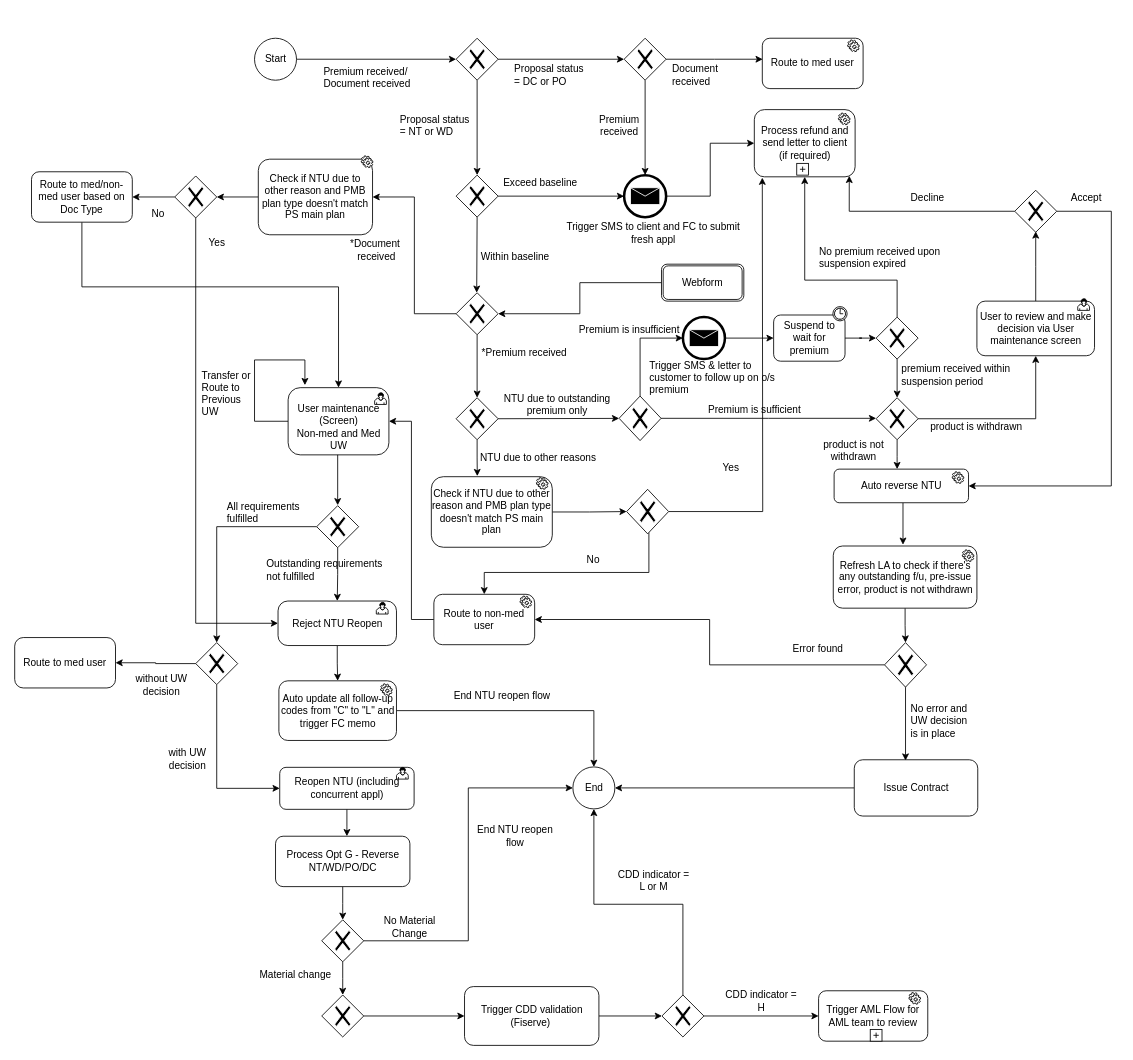
Jefferzonlee/WorkFlow-BPR keeps this draw.io diagram as page "NTU Reopen" (9 of 11) of HS.drawio. Above is the earlier version. Source tidied: cells renumbered, new cells numbered last; positions are measured from the earlier drawing's top-left corner, leaving out a move shared by most shapes. Both pictures are drawn from the tidied source at 84%, with x=0, y=0 at pixel (14, 38).
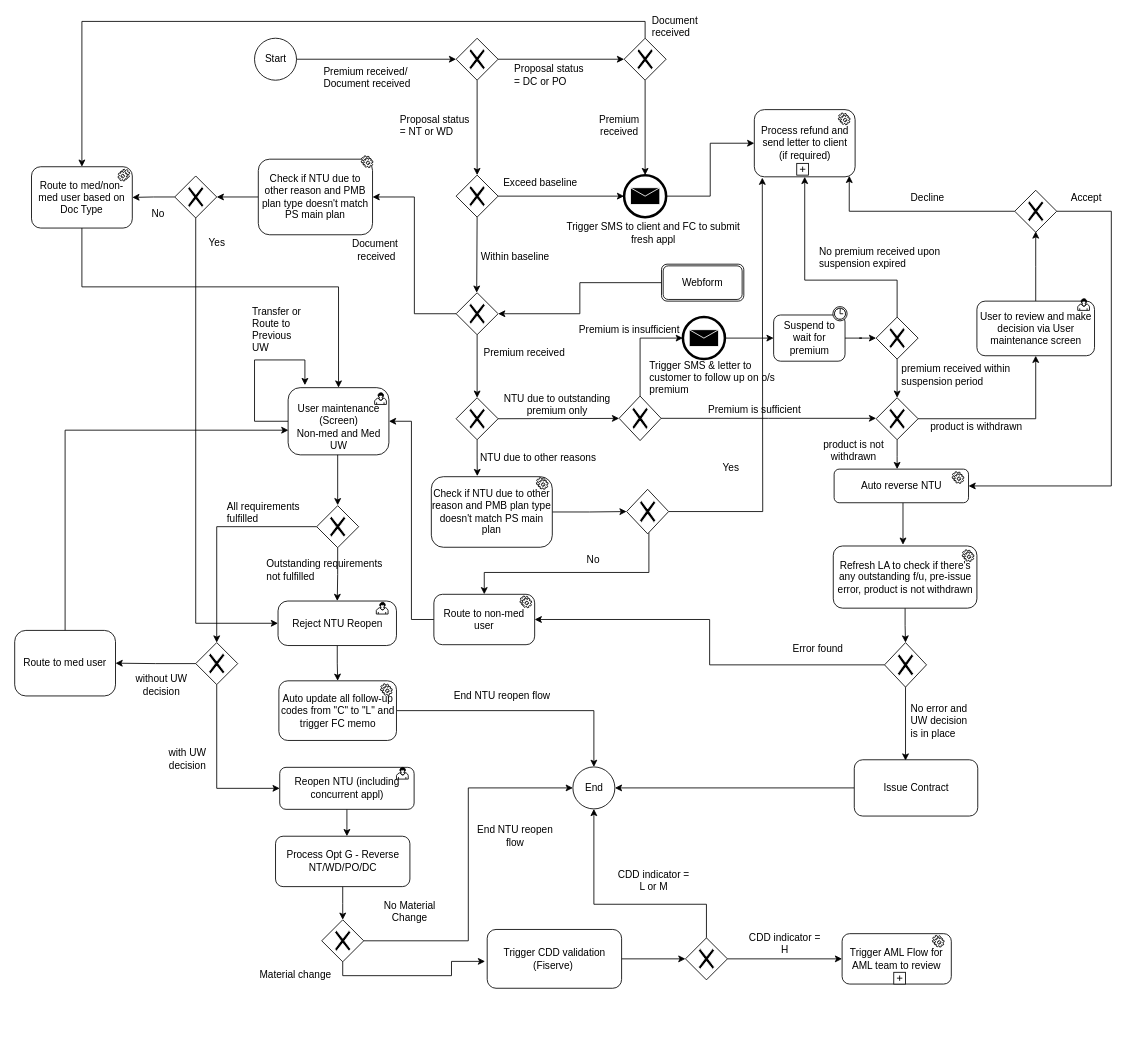
The same page after the edit.

Unchanged cells that the change refers to:
```xml
<mxCell id="46" value="&lt;br&gt;&amp;nbsp;User maintenance&amp;nbsp; (Screen)&lt;br&gt;Non-med and Med UW&lt;br&gt;" style="html=1;whiteSpace=wrap;rounded=1;arcSize=18;" parent="1" vertex="1">
  <mxGeometry x="325.5" y="416" width="120" height="80" as="geometry" />
</mxCell>
<mxCell id="67" value="End" style="ellipse;whiteSpace=wrap;html=1;" parent="1" vertex="1">
  <mxGeometry x="664.5" y="867.5" width="50" height="50" as="geometry" />
</mxCell>
<mxCell id="95" style="shape=mxgraph.bpmn.shape;html=1;verticalLabelPosition=bottom;labelBackgroundColor=#ffffff;verticalAlign=top;align=center;perimeter=rhombusPerimeter;background=gateway;outlineConnect=0;outline=none;symbol=exclusiveGw;" parent="1" vertex="1">
  <mxGeometry x="725.5" width="50" height="50" as="geometry" />
</mxCell>
<mxCell id="122" style="shape=mxgraph.bpmn.shape;html=1;verticalLabelPosition=bottom;labelBackgroundColor=#ffffff;verticalAlign=top;align=center;perimeter=rhombusPerimeter;background=gateway;outlineConnect=0;outline=none;symbol=exclusiveGw;" parent="1" vertex="1">
  <mxGeometry x="365.5" y="1049.5" width="50" height="50" as="geometry" />
</mxCell>
```

What changed in the source:
```diff
@@
     <mxCell id="2" value="Trigger AML Flow for AML team to review" style="rounded=1;whiteSpace=wrap;html=1;" parent="1" vertex="1">
-      <mxGeometry x="957" y="1134" width="130" height="60" as="geometry" />
+      <mxGeometry x="985" y="1066" width="130" height="60" as="geometry" />
     </mxCell>
@@
-    <mxCell id="19" value="*Document&amp;nbsp;&lt;br&gt;received" style="text;html=1;strokeColor=none;fillColor=none;align=center;verticalAlign=middle;whiteSpace=wrap;rounded=0;" parent="1" vertex="1">
+    <mxCell id="19" value="Document&amp;nbsp;&lt;br&gt;received" style="text;html=1;strokeColor=none;fillColor=none;align=center;verticalAlign=middle;whiteSpace=wrap;rounded=0;" parent="1" vertex="1">
       <mxGeometry x="380.5" y="242" width="100" height="20" as="geometry" />
     </mxCell>
-    <mxCell id="20" value="*Premium received" style="text;html=1;strokeColor=none;fillColor=none;align=center;verticalAlign=middle;whiteSpace=wrap;rounded=0;" parent="1" vertex="1">
+    <mxCell id="20" value="Premium received" style="text;html=1;strokeColor=none;fillColor=none;align=center;verticalAlign=middle;whiteSpace=wrap;rounded=0;" parent="1" vertex="1">
       <mxGeometry x="526.5" y="365" width="160" height="20" as="geometry" />
     </mxCell>
@@
     <mxCell id="44" value="Route to med/non-med user based on Doc Type" style="rounded=1;whiteSpace=wrap;html=1;" parent="1" vertex="1">
-      <mxGeometry x="20" y="159" width="120" height="60" as="geometry" />
+      <mxGeometry x="20" y="153" width="120" height="73" as="geometry" />
     </mxCell>
@@
     <mxCell id="63" value="Transfer or Route to Previous UW" style="text;html=1;strokeColor=none;fillColor=none;align=left;verticalAlign=middle;whiteSpace=wrap;rounded=0;" parent="1" vertex="1">
-      <mxGeometry x="220.5" y="413" width="70" height="20" as="geometry" />
+      <mxGeometry x="280.5" y="337" width="70" height="20" as="geometry" />
     </mxCell>
@@
-    <mxCell id="93" style="edgeStyle=orthogonalEdgeStyle;rounded=0;jettySize=auto;html=1;entryX=0;entryY=0.5;entryDx=0;entryDy=0;" parent="1" edge="1" source="95">
-      <mxGeometry relative="1" as="geometry">
-        <mxPoint x="890.5" y="25" as="targetPoint" />
-      </mxGeometry>
-    </mxCell>
@@
+    <mxCell id="150" style="edgeStyle=orthogonalEdgeStyle;rounded=0;jettySize=auto;html=1;entryX=0.5;entryY=0;entryDx=0;entryDy=0;exitX=0.5;exitY=0;exitDx=0;exitDy=0;" parent="1" edge="1" source="95" target="44">
+      <mxGeometry relative="1" as="geometry" />
+    </mxCell>
@@
     <mxCell id="98" value="Document&amp;nbsp;&lt;br&gt;received" style="text;html=1;strokeColor=none;fillColor=none;align=left;verticalAlign=middle;whiteSpace=wrap;rounded=0;" parent="1" vertex="1">
-      <mxGeometry x="780.5" y="34" width="100" height="20" as="geometry" />
+      <mxGeometry x="756.5" y="-24" width="100" height="20" as="geometry" />
     </mxCell>
-    <mxCell id="99" value="Route to med user" style="rounded=1;whiteSpace=wrap;html=1;" parent="1" vertex="1">
-      <mxGeometry x="890" width="120" height="60" as="geometry" />
-    </mxCell>
-    <mxCell id="100" style="shape=mxgraph.bpmn.service_task;html=1;" parent="1" vertex="1">
-      <mxGeometry x="991.5" y="2" width="14" height="14" as="geometry" />
+    <mxCell id="100" style="shape=mxgraph.bpmn.service_task;html=1;direction=south;" parent="1" vertex="1">
+      <mxGeometry x="123" y="156" width="14" height="14" as="geometry" />
     </mxCell>
@@
     <mxCell id="112" value="Trigger CDD validation (Fiserve)&amp;nbsp;" style="rounded=1;whiteSpace=wrap;html=1;" parent="1" vertex="1">
-      <mxGeometry x="535.5" y="1129" width="160" height="70" as="geometry" />
+      <mxGeometry x="562.5" y="1061" width="160" height="70" as="geometry" />
     </mxCell>
-    <mxCell id="113" style="edgeStyle=orthogonalEdgeStyle;rounded=0;jettySize=auto;html=1;entryX=0;entryY=0.5;entryDx=0;entryDy=0;" parent="1" edge="1" source="114" target="112">
-      <mxGeometry relative="1" as="geometry" />
-    </mxCell>
-    <mxCell id="114" style="shape=mxgraph.bpmn.shape;html=1;verticalLabelPosition=bottom;labelBackgroundColor=#ffffff;verticalAlign=top;align=center;perimeter=rhombusPerimeter;background=gateway;outlineConnect=0;outline=none;symbol=exclusiveGw;" parent="1" vertex="1">
-      <mxGeometry x="365.5" y="1139" width="50" height="50" as="geometry" />
-    </mxCell>
     <mxCell id="115" style="shape=mxgraph.bpmn.service_task;html=1;" parent="1" vertex="1">
-      <mxGeometry x="1064.5" y="1136" width="14" height="14" as="geometry" />
+      <mxGeometry x="1092.5" y="1068" width="14" height="14" as="geometry" />
     </mxCell>
@@
     <mxCell id="117" value="CDD indicator = H" style="text;html=1;strokeColor=none;fillColor=none;align=center;verticalAlign=middle;whiteSpace=wrap;rounded=0;" parent="1" vertex="1">
-      <mxGeometry x="843" y="1136" width="92" height="20" as="geometry" />
+      <mxGeometry x="871" y="1068" width="92" height="20" as="geometry" />
     </mxCell>
     <mxCell id="118" style="shape=plus;html=1;fillColor=#FFFFFF;" parent="1" vertex="1">
-      <mxGeometry x="1018.5" y="1180" width="14" height="14" as="geometry" />
+      <mxGeometry x="1046.5" y="1112" width="14" height="14" as="geometry" />
     </mxCell>
@@
-    <mxCell id="120" style="edgeStyle=orthogonalEdgeStyle;rounded=0;jettySize=auto;html=1;entryX=0.5;entryY=0;entryDx=0;entryDy=0;" parent="1" edge="1" source="122" target="114">
-      <mxGeometry relative="1" as="geometry" />
+    <mxCell id="120" style="edgeStyle=orthogonalEdgeStyle;rounded=0;jettySize=auto;html=1;" parent="1" edge="1" source="122">
+      <mxGeometry relative="1" as="geometry">
+        <mxPoint x="560" y="1099" as="targetPoint" />
+        <Array as="points">
+          <mxPoint x="391" y="1116" />
+          <mxPoint x="520" y="1116" />
+          <mxPoint x="520" y="1099" />
+        </Array>
+      </mxGeometry>
     </mxCell>
     <mxCell id="121" style="edgeStyle=orthogonalEdgeStyle;rounded=0;jettySize=auto;html=1;entryX=0;entryY=0.5;entryDx=0;entryDy=0;" parent="1" edge="1" source="122" target="67">
-      <mxGeometry relative="1" as="geometry" />
+      <mxGeometry relative="1" as="geometry">
+        <Array as="points">
+          <mxPoint x="540" y="1075" />
+          <mxPoint x="540" y="892" />
+        </Array>
+      </mxGeometry>
     </mxCell>
@@
     <mxCell id="123" value="No Material Change" style="text;html=1;strokeColor=none;fillColor=none;align=center;verticalAlign=middle;whiteSpace=wrap;rounded=0;" parent="1" vertex="1">
-      <mxGeometry x="421" y="1047.5" width="99" height="20" as="geometry" />
+      <mxGeometry x="421" y="1029.5" width="99" height="20" as="geometry" />
     </mxCell>
@@
     <mxCell id="125" style="edgeStyle=orthogonalEdgeStyle;rounded=0;jettySize=auto;html=1;entryX=0.5;entryY=1;entryDx=0;entryDy=0;" parent="1" edge="1" source="126" target="67">
       <mxGeometry relative="1" as="geometry">
         <Array as="points">
-          <mxPoint x="796" y="1031" />
+          <mxPoint x="824" y="1031" />
           <mxPoint x="689" y="1031" />
         </Array>
       </mxGeometry>
     </mxCell>
     <mxCell id="126" style="shape=mxgraph.bpmn.shape;html=1;verticalLabelPosition=bottom;labelBackgroundColor=#ffffff;verticalAlign=top;align=center;perimeter=rhombusPerimeter;background=gateway;outlineConnect=0;outline=none;symbol=exclusiveGw;" parent="1" vertex="1">
-      <mxGeometry x="770.5" y="1139" width="50" height="50" as="geometry" />
+      <mxGeometry x="798.5" y="1071" width="50" height="50" as="geometry" />
     </mxCell>
@@
+    <mxCell id="151" style="edgeStyle=orthogonalEdgeStyle;rounded=0;jettySize=auto;html=1;entryX=0.003;entryY=0.633;entryDx=0;entryDy=0;entryPerimeter=0;" parent="1" edge="1" source="135" target="46">
+      <mxGeometry relative="1" as="geometry">
+        <Array as="points">
+          <mxPoint x="60" y="467" />
+        </Array>
+      </mxGeometry>
+    </mxCell>
     <mxCell id="135" value="Route to med user" style="rounded=1;whiteSpace=wrap;html=1;arcSize=17;" parent="1" vertex="1">
-      <mxGeometry y="713.5" width="120" height="60" as="geometry" />
+      <mxGeometry y="705" width="120" height="78" as="geometry" />
     </mxCell>
```
